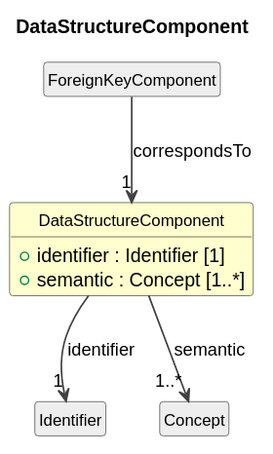
Before: cdif-uml-model/_plantuml/cdifDataStructure/Classes/DataStructureComponent.svg, a diagram exported from PlantUML (Cross-Domain-Interoperability-Framework/metadataBuildingBlocks).
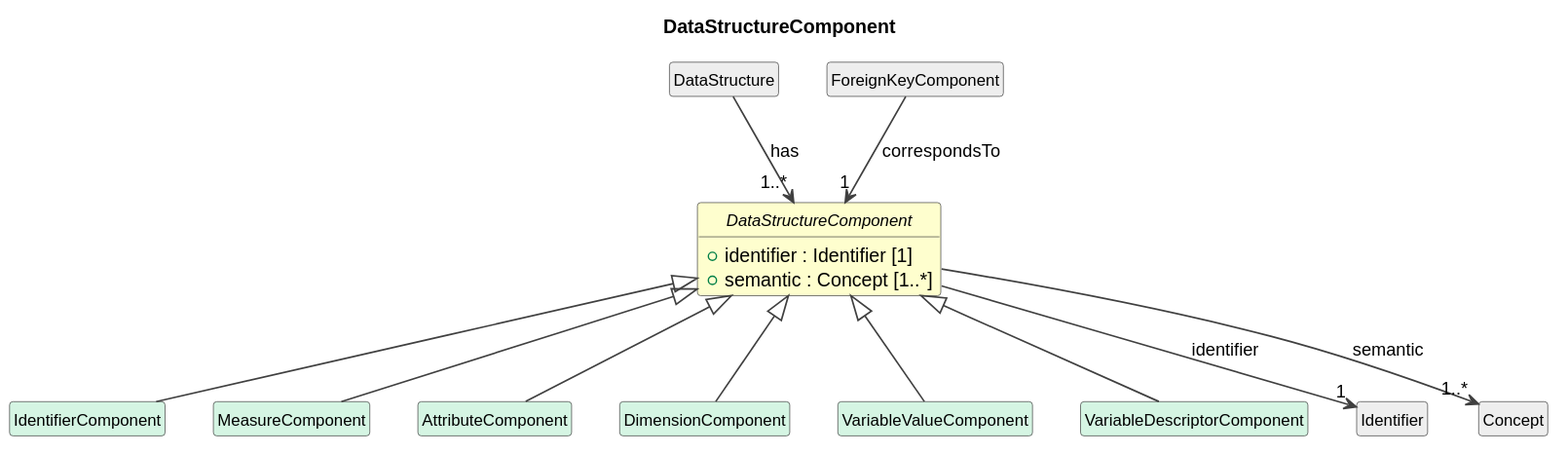
After the commit.

Change to the diagram source:
```diff
@@ -10,10 +10,24 @@
   FontSize 12
 }
 
-class "DataStructureComponent" as DataStructureComponent #FEFECE {
+abstract class "DataStructureComponent" as DataStructureComponent #FEFECE {
   +identifier : Identifier [1]
   +semantic : Concept [1..*]
 }
+class "IdentifierComponent" as IdentifierComponent #D5F5E3
+DataStructureComponent <|-- IdentifierComponent
+class "MeasureComponent" as MeasureComponent #D5F5E3
+DataStructureComponent <|-- MeasureComponent
+class "AttributeComponent" as AttributeComponent #D5F5E3
+DataStructureComponent <|-- AttributeComponent
+class "DimensionComponent" as DimensionComponent #D5F5E3
+DataStructureComponent <|-- DimensionComponent
+class "VariableValueComponent" as VariableValueComponent #D5F5E3
+DataStructureComponent <|-- VariableValueComponent
+class "VariableDescriptorComponent" as VariableDescriptorComponent #D5F5E3
+DataStructureComponent <|-- VariableDescriptorComponent
+class "DataStructure" as DataStructure #EEEEEE
+DataStructure --> "1..*" DataStructureComponent : has
 class "ForeignKeyComponent" as ForeignKeyComponent #EEEEEE
 ForeignKeyComponent --> "1" DataStructureComponent : correspondsTo
 class "Identifier" as Identifier #EEEEEE
```
